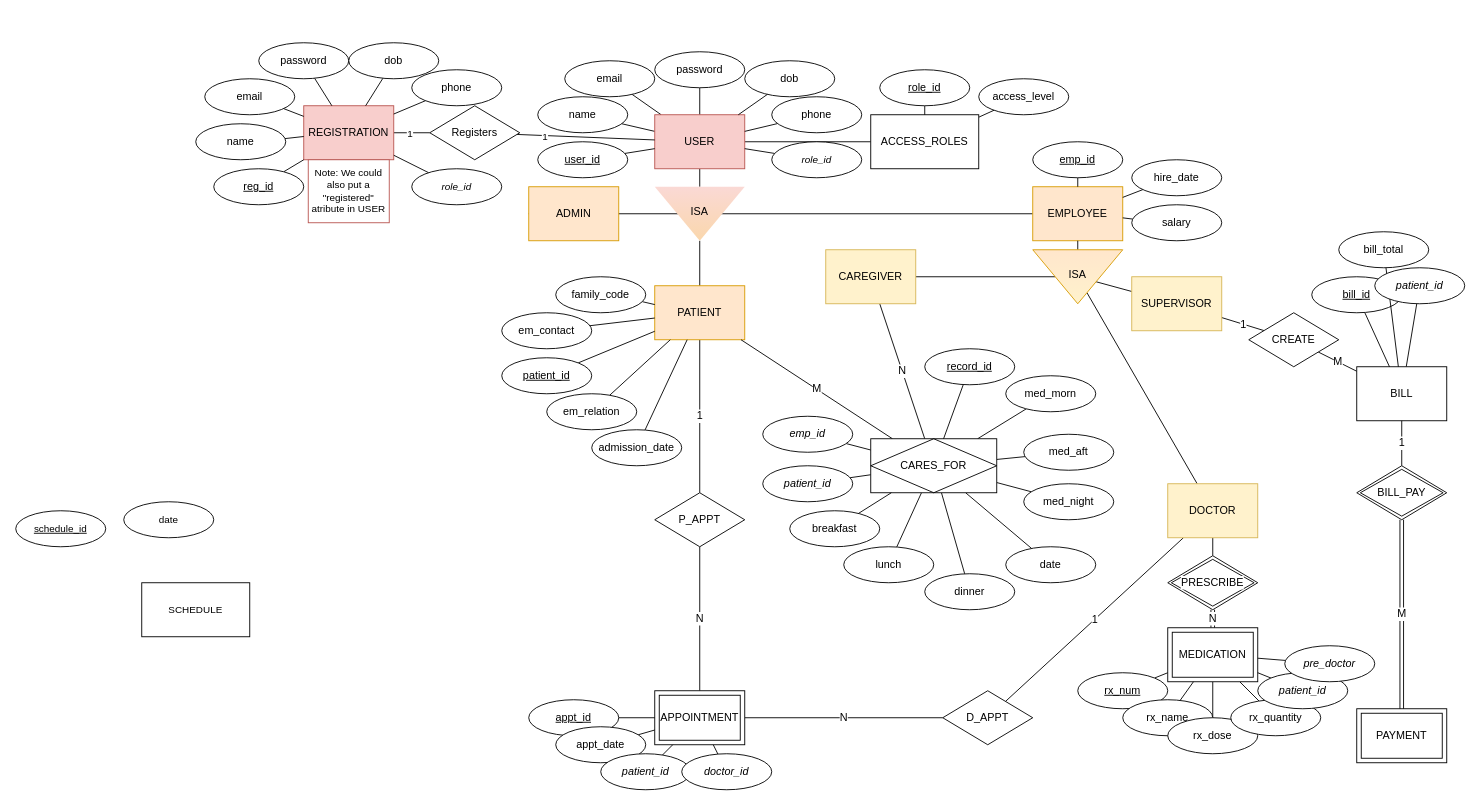
The draw.io diagram ERD.drawio in emott13/aegis, before the edit. Source tidied: cells renumbered, new cells numbered last; positions are measured from the earlier drawing's top-left corner, leaving out a move shared by most shapes. Both pictures are drawn from the tidied source at 90%, with x=0, y=0 at pixel (15, 42).
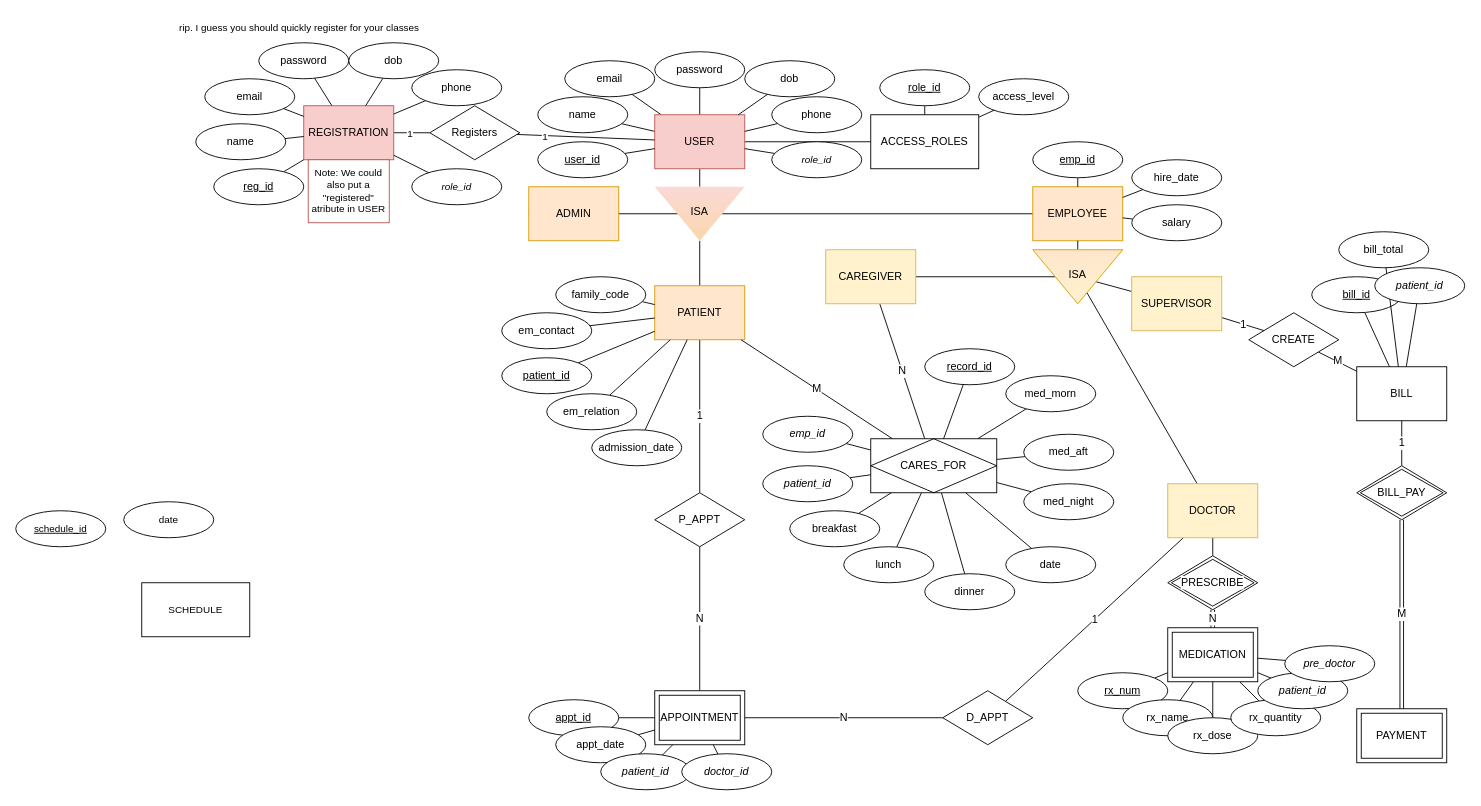
The same page after the edit.

What changed in the source:
```diff
@@
+    <mxCell id="149" value="rip. I guess you should quickly register for your classes" style="text;whiteSpace=wrap;fontFamily=Helvetica;fontSize=11;fontColor=default;labelBackgroundColor=default;" parent="1" vertex="1">
+      <mxGeometry x="180" y="-30" width="300" height="40" as="geometry" />
+    </mxCell>
```
